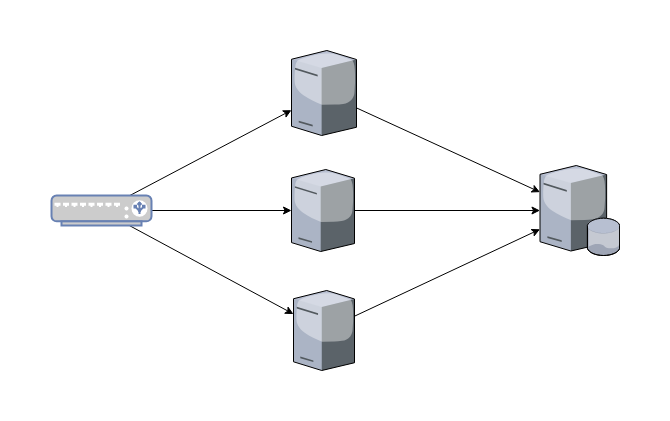
Before: images/webmd-diagram.png, a diagram exported from draw.io (richburroughs/dojo201904). Source tidied: cells renumbered, new cells last; positions are measured from the earlier drawing's top-left corner, leaving out a move shared by most shapes.
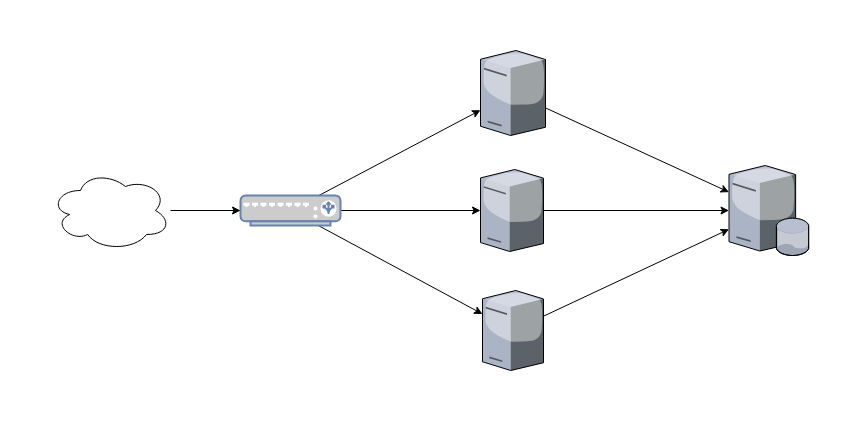
After the commit.

What changed in the source:
```diff
@@ -35,5 +35,11 @@
     <mxCell id="12" style="fontColor=#0066CC;verticalAlign=top;verticalLabelPosition=bottom;labelPosition=center;align=center;html=1;outlineConnect=0;fillColor=#CCCCCC;strokeColor=#6881B3;gradientColor=none;gradientDirection=north;strokeWidth=2;shape=mxgraph.networks.load_balancer;" parent="1" vertex="1">
       <mxGeometry y="145" width="100" height="30" as="geometry" />
     </mxCell>
+    <mxCell id="13" style="edgeStyle=orthogonalEdgeStyle;rounded=0;jettySize=auto;html=1;" parent="1" edge="1" source="14" target="12">
+      <mxGeometry relative="1" as="geometry" />
+    </mxCell>
+    <mxCell id="14" style="ellipse;shape=cloud;whiteSpace=wrap;html=1;" parent="1" vertex="1">
+      <mxGeometry x="-190" y="120" width="120" height="80" as="geometry" />
+    </mxCell>
   </root>
 </mxGraphModel>
```
